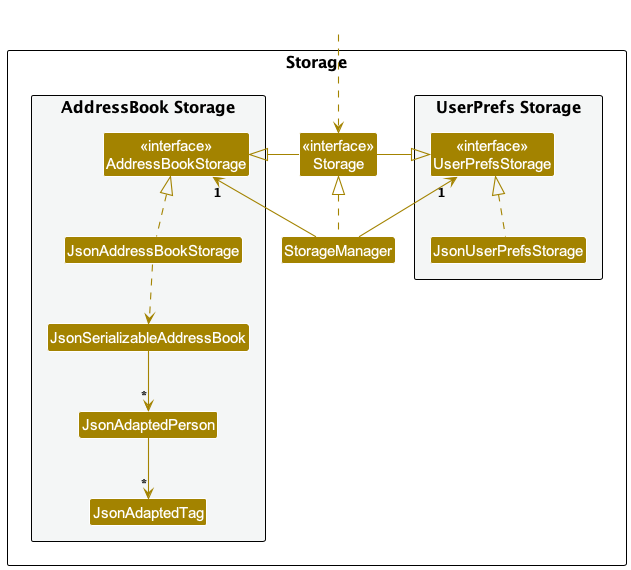
Earlier version of the PlantUML export docs/diagrams/StorageClassDiagram.png (victorlaiyeeteng/tp).
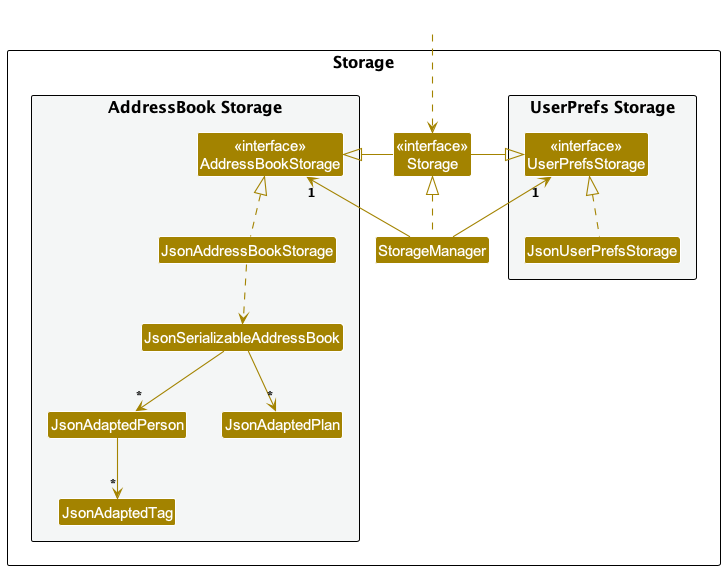
After the commit.

Diff of the diagram source:
```diff
@@ -20,6 +20,7 @@
 Class JsonSerializableAddressBook
 Class JsonAdaptedPerson
 Class JsonAdaptedTag
+Class JsonAdaptedPlan
 }
 
 }
@@ -38,6 +39,6 @@
 JsonAddressBookStorage .up.|> AddressBookStorage
 JsonAddressBookStorage ..> JsonSerializableAddressBook
 JsonSerializableAddressBook --> "*" JsonAdaptedPerson
+JsonSerializableAddressBook --> "*" JsonAdaptedPlan
 JsonAdaptedPerson --> "*" JsonAdaptedTag
-
 @enduml
```
